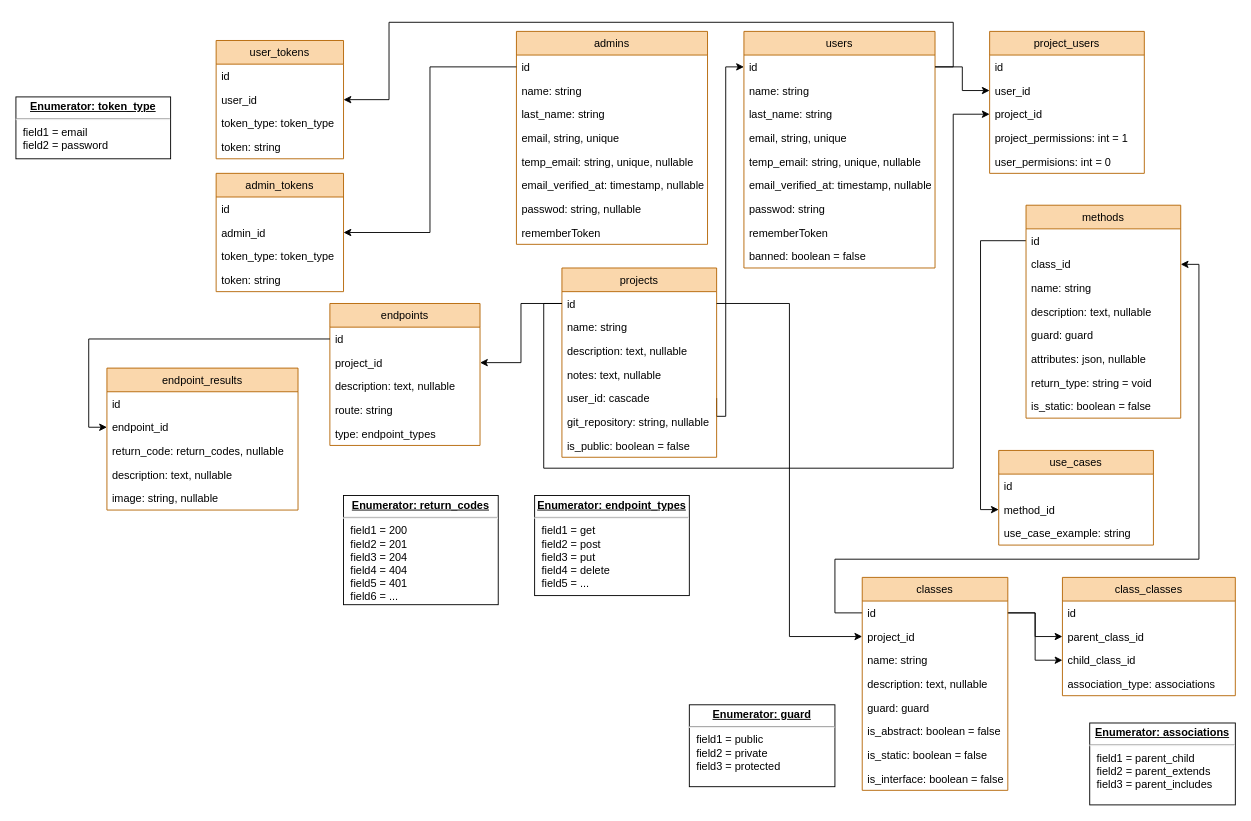
Earlier version of the draw.io diagram project-tracking-database-schema.drawio (tadas31/project-tracking-system). Source tidied: cells renumbered, new cells numbered last; positions are measured from the earlier drawing's top-left corner, leaving out a move shared by most shapes. Both pictures are drawn from the tidied source at 91%, with x=0, y=0 at pixel (15, 22).
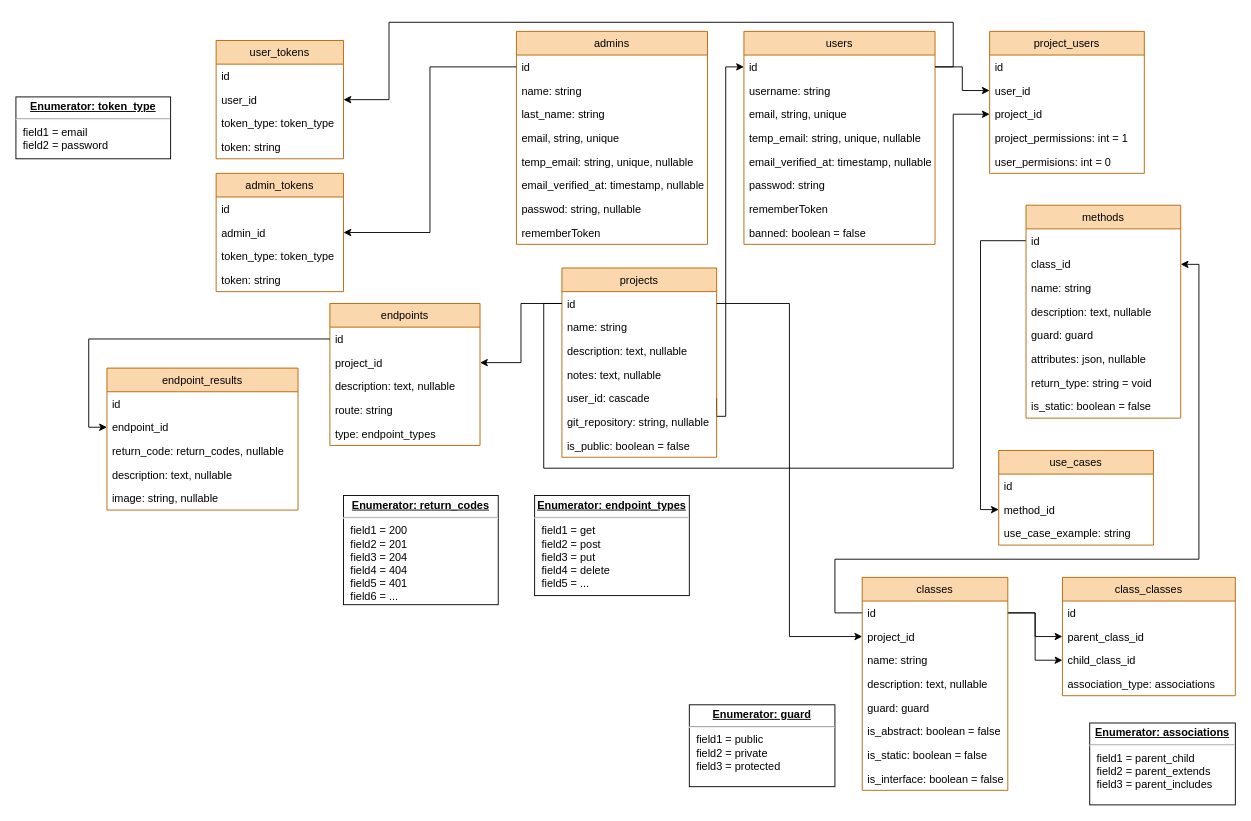
The same page after the edit.

Change to the diagram source:
```diff
@@
     <mxCell id="5" value="users" style="swimlane;fontStyle=0;horizontal=1;startSize=26;fillColor=#fad7ac;strokeColor=#b46504;" parent="1" vertex="1">
-      <mxGeometry x="800" y="10" width="210" height="260" as="geometry" />
+      <mxGeometry x="800" y="10" width="210" height="234" as="geometry" />
     </mxCell>
@@
-    <mxCell id="7" value="name: string" style="text;strokeColor=none;fillColor=none;align=left;verticalAlign=top;spacingLeft=4;spacingRight=4;overflow=hidden;" parent="5" vertex="1">
+    <mxCell id="7" value="username: string" style="text;strokeColor=none;fillColor=none;align=left;verticalAlign=top;spacingLeft=4;spacingRight=4;overflow=hidden;" parent="5" vertex="1">
       <mxGeometry y="52" width="210" height="26" as="geometry" />
     </mxCell>
-    <mxCell id="8" value="last_name: string&#10;" style="text;strokeColor=none;fillColor=none;align=left;verticalAlign=top;spacingLeft=4;spacingRight=4;overflow=hidden;" parent="5" vertex="1">
-      <mxGeometry y="78" width="210" height="26" as="geometry" />
-    </mxCell>
     <mxCell id="9" value="email, string, unique" style="text;strokeColor=none;fillColor=none;align=left;verticalAlign=top;spacingLeft=4;spacingRight=4;overflow=hidden;" parent="5" vertex="1">
-      <mxGeometry y="104" width="210" height="26" as="geometry" />
+      <mxGeometry y="78" width="210" height="26" as="geometry" />
     </mxCell>
     <mxCell id="10" value="temp_email: string, unique, nullable&#10;" style="text;strokeColor=none;fillColor=none;align=left;verticalAlign=top;spacingLeft=4;spacingRight=4;overflow=hidden;" parent="5" vertex="1">
-      <mxGeometry y="130" width="210" height="26" as="geometry" />
+      <mxGeometry y="104" width="210" height="26" as="geometry" />
     </mxCell>
     <mxCell id="11" value="email_verified_at: timestamp, nullable&#10;" style="text;strokeColor=none;fillColor=none;align=left;verticalAlign=top;spacingLeft=4;spacingRight=4;overflow=hidden;" parent="5" vertex="1">
-      <mxGeometry y="156" width="210" height="26" as="geometry" />
+      <mxGeometry y="130" width="210" height="26" as="geometry" />
     </mxCell>
     <mxCell id="12" value="passwod: string" style="text;strokeColor=none;fillColor=none;align=left;verticalAlign=top;spacingLeft=4;spacingRight=4;overflow=hidden;" parent="5" vertex="1">
-      <mxGeometry y="182" width="210" height="26" as="geometry" />
+      <mxGeometry y="156" width="210" height="26" as="geometry" />
     </mxCell>
     <mxCell id="13" value="rememberToken&#10;" style="text;strokeColor=none;fillColor=none;align=left;verticalAlign=top;spacingLeft=4;spacingRight=4;overflow=hidden;" parent="5" vertex="1">
-      <mxGeometry y="208" width="210" height="26" as="geometry" />
+      <mxGeometry y="182" width="210" height="26" as="geometry" />
     </mxCell>
     <mxCell id="14" value="banned: boolean = false" style="text;strokeColor=none;fillColor=none;align=left;verticalAlign=top;spacingLeft=4;spacingRight=4;overflow=hidden;" parent="5" vertex="1">
-      <mxGeometry y="234" width="210" height="26" as="geometry" />
+      <mxGeometry y="208" width="210" height="26" as="geometry" />
     </mxCell>
```
